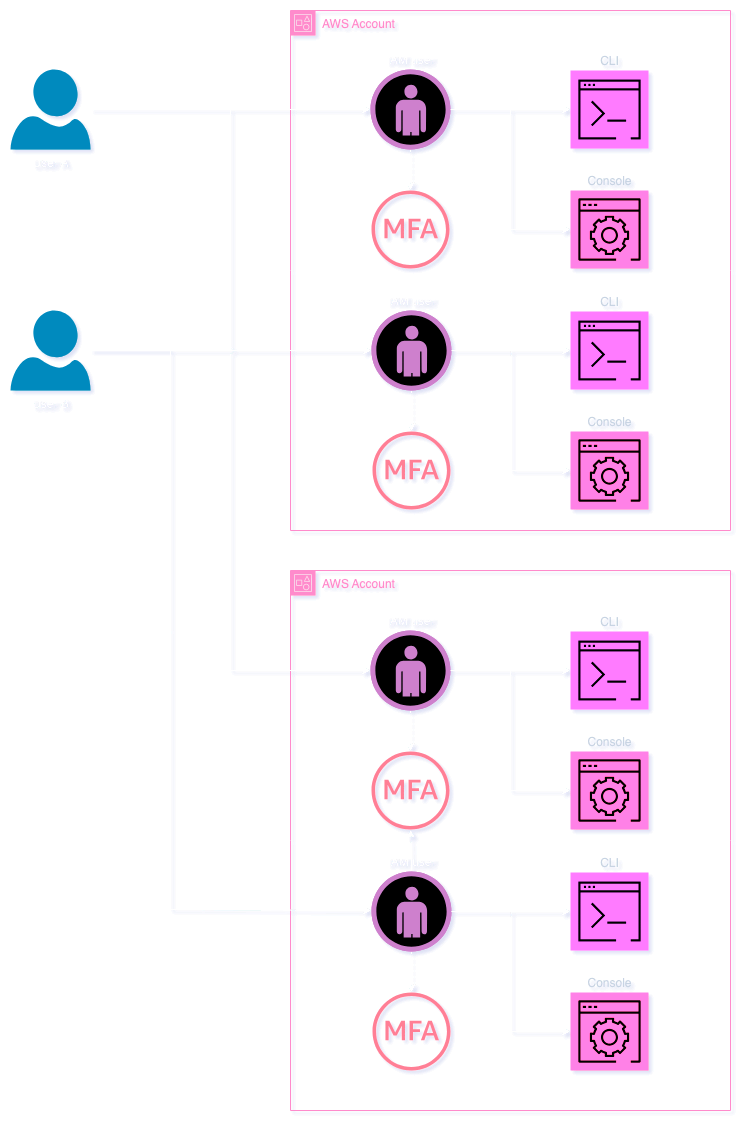
The draw.io diagram img/image9.png in ChristophShyper/presentation-okta-saml-aws, before a commit. Source tidied: cells renumbered, new cells last; positions are measured from the earlier drawing's top-left corner, leaving out a move shared by most shapes.
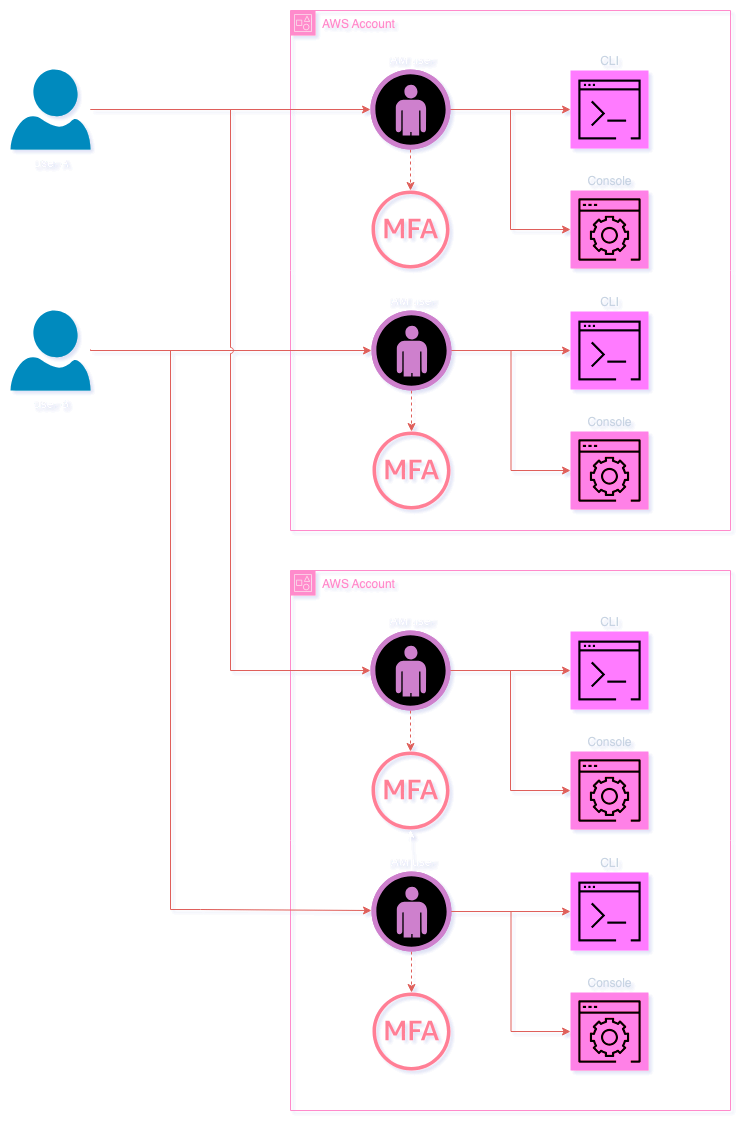
After the change.

Commit message:
Update article and add draw.io XMLs

Change to the diagram source:
```diff
@@ -5,10 +5,10 @@
     <mxCell id="2" value="AWS Account" style="gradientColor=none;html=1;whiteSpace=wrap;fontSize=12;fontStyle=0;shape=mxgraph.aws4.group;grIcon=mxgraph.aws4.group_account;strokeColor=#CD2264;fillColor=none;verticalAlign=top;align=left;spacingLeft=30;fontColor=#CD2264;dashed=0;" parent="1" vertex="1">
       <mxGeometry x="280" width="440" height="520" as="geometry" />
     </mxCell>
-    <mxCell id="3" style="edgeStyle=orthogonalEdgeStyle;rounded=0;jettySize=auto;html=1;dashed=1;" parent="2" edge="1" source="5" target="6">
+    <mxCell id="3" style="edgeStyle=orthogonalEdgeStyle;rounded=0;jettySize=auto;html=1;dashed=1;strokeColor=#EA6B66;" parent="2" edge="1" source="5" target="6">
       <mxGeometry relative="1" as="geometry" />
     </mxCell>
-    <mxCell id="4" style="edgeStyle=orthogonalEdgeStyle;rounded=0;jettySize=auto;html=1;" parent="2" edge="1" source="5" target="7">
+    <mxCell id="4" style="edgeStyle=orthogonalEdgeStyle;rounded=0;jettySize=auto;html=1;strokeColor=#EA6B66;" parent="2" edge="1" source="5" target="7">
       <mxGeometry relative="1" as="geometry" />
     </mxCell>
     <mxCell id="5" value="IAM user" style="verticalLabelPosition=top;sketch=0;html=1;fillColor=#A153A0;strokeColor=#ffffff;verticalAlign=bottom;align=center;points=[[0,0.5,0],[0.125,0.25,0],[0.25,0,0],[0.5,0,0],[0.75,0,0],[0.875,0.25,0],[1,0.5,0],[0.875,0.75,0],[0.75,1,0],[0.5,1,0],[0.125,0.75,0]];shape=mxgraph.cisco_safe.compositeIcon;bgIcon=ellipse;resIcon=mxgraph.cisco_safe.design.user;labelPosition=center;" parent="2" vertex="1">
@@ -23,13 +23,13 @@
     <mxCell id="8" value="Console" style="sketch=0;points=[[0,0,0],[0.25,0,0],[0.5,0,0],[0.75,0,0],[1,0,0],[0,1,0],[0.25,1,0],[0.5,1,0],[0.75,1,0],[1,1,0],[0,0.25,0],[0,0.5,0],[0,0.75,0],[1,0.25,0],[1,0.5,0],[1,0.75,0]];points=[[0,0,0],[0.25,0,0],[0.5,0,0],[0.75,0,0],[1,0,0],[0,1,0],[0.25,1,0],[0.5,1,0],[0.75,1,0],[1,1,0],[0,0.25,0],[0,0.5,0],[0,0.75,0],[1,0.25,0],[1,0.5,0],[1,0.75,0]];outlineConnect=0;fontColor=#232F3E;fillColor=#E7157B;strokeColor=#ffffff;dashed=0;verticalLabelPosition=top;verticalAlign=bottom;align=center;html=1;fontSize=12;fontStyle=0;shape=mxgraph.aws4.resourceIcon;resIcon=mxgraph.aws4.management_console;labelPosition=center;" parent="2" vertex="1">
       <mxGeometry x="280" y="180" width="78" height="78" as="geometry" />
     </mxCell>
-    <mxCell id="9" style="edgeStyle=orthogonalEdgeStyle;rounded=0;jettySize=auto;html=1;entryX=0;entryY=0.5;entryDx=0;entryDy=0;entryPerimeter=0;" parent="2" edge="1" source="5" target="8">
+    <mxCell id="9" style="edgeStyle=orthogonalEdgeStyle;rounded=0;jettySize=auto;html=1;entryX=0;entryY=0.5;entryDx=0;entryDy=0;entryPerimeter=0;strokeColor=#EA6B66;" parent="2" edge="1" source="5" target="8">
       <mxGeometry relative="1" as="geometry" />
     </mxCell>
-    <mxCell id="10" style="edgeStyle=orthogonalEdgeStyle;rounded=0;jettySize=auto;html=1;dashed=1;" parent="2" edge="1" source="12" target="13">
+    <mxCell id="10" style="edgeStyle=orthogonalEdgeStyle;rounded=0;jettySize=auto;html=1;dashed=1;strokeColor=#EA6B66;" parent="2" edge="1" source="12" target="13">
       <mxGeometry relative="1" as="geometry" />
     </mxCell>
-    <mxCell id="11" style="edgeStyle=orthogonalEdgeStyle;rounded=0;jettySize=auto;html=1;" parent="2" edge="1" source="12" target="15">
+    <mxCell id="11" style="edgeStyle=orthogonalEdgeStyle;rounded=0;jettySize=auto;html=1;strokeColor=#EA6B66;" parent="2" edge="1" source="12" target="15">
       <mxGeometry relative="1" as="geometry" />
     </mxCell>
     <mxCell id="12" value="IAM user" style="verticalLabelPosition=top;sketch=0;html=1;fillColor=#A153A0;strokeColor=#ffffff;verticalAlign=bottom;align=center;points=[[0,0.5,0],[0.125,0.25,0],[0.25,0,0],[0.5,0,0],[0.75,0,0],[0.875,0.25,0],[1,0.5,0],[0.875,0.75,0],[0.75,1,0],[0.5,1,0],[0.125,0.75,0]];shape=mxgraph.cisco_safe.compositeIcon;bgIcon=ellipse;resIcon=mxgraph.cisco_safe.design.user;labelPosition=center;" parent="2" vertex="1">
@@ -50,16 +50,16 @@
     <mxCell id="16" value="Console" style="sketch=0;points=[[0,0,0],[0.25,0,0],[0.5,0,0],[0.75,0,0],[1,0,0],[0,1,0],[0.25,1,0],[0.5,1,0],[0.75,1,0],[1,1,0],[0,0.25,0],[0,0.5,0],[0,0.75,0],[1,0.25,0],[1,0.5,0],[1,0.75,0]];points=[[0,0,0],[0.25,0,0],[0.5,0,0],[0.75,0,0],[1,0,0],[0,1,0],[0.25,1,0],[0.5,1,0],[0.75,1,0],[1,1,0],[0,0.25,0],[0,0.5,0],[0,0.75,0],[1,0.25,0],[1,0.5,0],[1,0.75,0]];outlineConnect=0;fontColor=#232F3E;fillColor=#E7157B;strokeColor=#ffffff;dashed=0;verticalLabelPosition=top;verticalAlign=bottom;align=center;html=1;fontSize=12;fontStyle=0;shape=mxgraph.aws4.resourceIcon;resIcon=mxgraph.aws4.management_console;labelPosition=center;" parent="2" vertex="1">
       <mxGeometry x="280" y="421" width="78" height="78" as="geometry" />
     </mxCell>
-    <mxCell id="17" style="edgeStyle=orthogonalEdgeStyle;rounded=0;jettySize=auto;html=1;entryX=0;entryY=0.5;entryDx=0;entryDy=0;entryPerimeter=0;" parent="2" edge="1" source="12" target="16">
+    <mxCell id="17" style="edgeStyle=orthogonalEdgeStyle;rounded=0;jettySize=auto;html=1;entryX=0;entryY=0.5;entryDx=0;entryDy=0;entryPerimeter=0;strokeColor=#EA6B66;" parent="2" edge="1" source="12" target="16">
       <mxGeometry relative="1" as="geometry" />
     </mxCell>
-    <mxCell id="18" style="edgeStyle=orthogonalEdgeStyle;rounded=0;jettySize=auto;html=1;" parent="1" edge="1" source="19" target="5">
+    <mxCell id="18" style="edgeStyle=orthogonalEdgeStyle;rounded=0;jettySize=auto;html=1;strokeColor=#EA6B66;" parent="1" edge="1" source="19" target="5">
       <mxGeometry relative="1" as="geometry" />
     </mxCell>
     <mxCell id="19" value="User A" style="verticalLabelPosition=bottom;html=1;verticalAlign=top;align=center;strokeColor=none;fillColor=#00BEF2;shape=mxgraph.azure.user;" parent="1" vertex="1">
       <mxGeometry y="59" width="80" height="80" as="geometry" />
     </mxCell>
-    <mxCell id="20" style="edgeStyle=orthogonalEdgeStyle;rounded=0;jettySize=auto;html=1;" parent="1" edge="1" source="21" target="12">
+    <mxCell id="20" style="edgeStyle=orthogonalEdgeStyle;rounded=0;jettySize=auto;html=1;strokeColor=#EA6B66;" parent="1" edge="1" source="21" target="12">
       <mxGeometry relative="1" as="geometry" />
     </mxCell>
     <mxCell id="21" value="User B" style="verticalLabelPosition=bottom;html=1;verticalAlign=top;align=center;strokeColor=none;fillColor=#00BEF2;shape=mxgraph.azure.user;" parent="1" vertex="1">
@@ -68,10 +68,10 @@
     <mxCell id="22" value="AWS Account" style="points=[[0,0],[0.25,0],[0.5,0],[0.75,0],[1,0],[1,0.25],[1,0.5],[1,0.75],[1,1],[0.75,1],[0.5,1],[0.25,1],[0,1],[0,0.75],[0,0.5],[0,0.25]];outlineConnect=0;gradientColor=none;html=1;whiteSpace=wrap;fontSize=12;fontStyle=0;shape=mxgraph.aws4.group;grIcon=mxgraph.aws4.group_account;strokeColor=#CD2264;fillColor=none;verticalAlign=top;align=left;spacingLeft=30;fontColor=#CD2264;dashed=0;" parent="1" vertex="1">
       <mxGeometry x="280" y="560" width="440" height="540" as="geometry" />
     </mxCell>
-    <mxCell id="23" style="edgeStyle=orthogonalEdgeStyle;rounded=0;jettySize=auto;html=1;dashed=1;" parent="22" edge="1" source="25" target="26">
+    <mxCell id="23" style="edgeStyle=orthogonalEdgeStyle;rounded=0;jettySize=auto;html=1;dashed=1;strokeColor=#EA6B66;" parent="22" edge="1" source="25" target="26">
       <mxGeometry relative="1" as="geometry" />
     </mxCell>
-    <mxCell id="24" style="edgeStyle=orthogonalEdgeStyle;rounded=0;jettySize=auto;html=1;" parent="22" edge="1" source="25" target="27">
+    <mxCell id="24" style="edgeStyle=orthogonalEdgeStyle;rounded=0;jettySize=auto;html=1;strokeColor=#EA6B66;" parent="22" edge="1" source="25" target="27">
       <mxGeometry relative="1" as="geometry" />
     </mxCell>
     <mxCell id="25" value="IAM user" style="verticalLabelPosition=top;sketch=0;html=1;fillColor=#A153A0;strokeColor=#ffffff;verticalAlign=bottom;align=center;points=[[0,0.5,0],[0.125,0.25,0],[0.25,0,0],[0.5,0,0],[0.75,0,0],[0.875,0.25,0],[1,0.5,0],[0.875,0.75,0],[0.75,1,0],[0.5,1,0],[0.125,0.75,0]];shape=mxgraph.cisco_safe.compositeIcon;bgIcon=ellipse;resIcon=mxgraph.cisco_safe.design.user;labelPosition=center;" parent="22" vertex="1">
@@ -86,10 +86,10 @@
     <mxCell id="28" value="Console" style="sketch=0;points=[[0,0,0],[0.25,0,0],[0.5,0,0],[0.75,0,0],[1,0,0],[0,1,0],[0.25,1,0],[0.5,1,0],[0.75,1,0],[1,1,0],[0,0.25,0],[0,0.5,0],[0,0.75,0],[1,0.25,0],[1,0.5,0],[1,0.75,0]];points=[[0,0,0],[0.25,0,0],[0.5,0,0],[0.75,0,0],[1,0,0],[0,1,0],[0.25,1,0],[0.5,1,0],[0.75,1,0],[1,1,0],[0,0.25,0],[0,0.5,0],[0,0.75,0],[1,0.25,0],[1,0.5,0],[1,0.75,0]];outlineConnect=0;fontColor=#232F3E;fillColor=#E7157B;strokeColor=#ffffff;dashed=0;verticalLabelPosition=top;verticalAlign=bottom;align=center;html=1;fontSize=12;fontStyle=0;shape=mxgraph.aws4.resourceIcon;resIcon=mxgraph.aws4.management_console;labelPosition=center;" parent="22" vertex="1">
       <mxGeometry x="280" y="181" width="78" height="78" as="geometry" />
     </mxCell>
-    <mxCell id="29" style="edgeStyle=orthogonalEdgeStyle;rounded=0;jettySize=auto;html=1;entryX=0;entryY=0.5;entryDx=0;entryDy=0;entryPerimeter=0;" parent="22" edge="1" source="25" target="28">
+    <mxCell id="29" style="edgeStyle=orthogonalEdgeStyle;rounded=0;jettySize=auto;html=1;entryX=0;entryY=0.5;entryDx=0;entryDy=0;entryPerimeter=0;strokeColor=#EA6B66;" parent="22" edge="1" source="25" target="28">
       <mxGeometry relative="1" as="geometry" />
     </mxCell>
-    <mxCell id="30" style="edgeStyle=orthogonalEdgeStyle;rounded=0;jettySize=auto;html=1;dashed=1;" parent="22" edge="1" source="32" target="33">
+    <mxCell id="30" style="edgeStyle=orthogonalEdgeStyle;rounded=0;jettySize=auto;html=1;dashed=1;strokeColor=#EA6B66;" parent="22" edge="1" source="32" target="33">
       <mxGeometry relative="1" as="geometry" />
     </mxCell>
     <mxCell id="31" style="edgeStyle=orthogonalEdgeStyle;rounded=0;jettySize=auto;html=1;" parent="22" edge="1" source="32" target="26">
@@ -107,27 +107,27 @@
     <mxCell id="35" value="Console" style="sketch=0;points=[[0,0,0],[0.25,0,0],[0.5,0,0],[0.75,0,0],[1,0,0],[0,1,0],[0.25,1,0],[0.5,1,0],[0.75,1,0],[1,1,0],[0,0.25,0],[0,0.5,0],[0,0.75,0],[1,0.25,0],[1,0.5,0],[1,0.75,0]];points=[[0,0,0],[0.25,0,0],[0.5,0,0],[0.75,0,0],[1,0,0],[0,1,0],[0.25,1,0],[0.5,1,0],[0.75,1,0],[1,1,0],[0,0.25,0],[0,0.5,0],[0,0.75,0],[1,0.25,0],[1,0.5,0],[1,0.75,0]];outlineConnect=0;fontColor=#232F3E;fillColor=#E7157B;strokeColor=#ffffff;dashed=0;verticalLabelPosition=top;verticalAlign=bottom;align=center;html=1;fontSize=12;fontStyle=0;shape=mxgraph.aws4.resourceIcon;resIcon=mxgraph.aws4.management_console;labelPosition=center;" parent="22" vertex="1">
       <mxGeometry x="280" y="422" width="78" height="78" as="geometry" />
     </mxCell>
-    <mxCell id="36" style="edgeStyle=orthogonalEdgeStyle;rounded=0;jettySize=auto;html=1;entryX=0;entryY=0.5;entryDx=0;entryDy=0;entryPerimeter=0;" parent="22" edge="1" source="32" target="34">
+    <mxCell id="36" style="edgeStyle=orthogonalEdgeStyle;rounded=0;jettySize=auto;html=1;entryX=0;entryY=0.5;entryDx=0;entryDy=0;entryPerimeter=0;strokeColor=#EA6B66;" parent="22" edge="1" source="32" target="34">
       <mxGeometry relative="1" as="geometry" />
     </mxCell>
-    <mxCell id="37" style="edgeStyle=orthogonalEdgeStyle;rounded=0;jettySize=auto;html=1;entryX=0;entryY=0.5;entryDx=0;entryDy=0;entryPerimeter=0;" parent="22" edge="1" source="32" target="35">
+    <mxCell id="37" style="edgeStyle=orthogonalEdgeStyle;rounded=0;jettySize=auto;html=1;entryX=0;entryY=0.5;entryDx=0;entryDy=0;entryPerimeter=0;strokeColor=#EA6B66;" parent="22" edge="1" source="32" target="35">
       <mxGeometry relative="1" as="geometry" />
     </mxCell>
     <mxCell id="38" style="edgeStyle=orthogonalEdgeStyle;rounded=0;orthogonalLoop=1;jettySize=auto;html=1;exitX=0.5;exitY=1;exitDx=0;exitDy=0;" parent="1" edge="1" source="22" target="22">
       <mxGeometry relative="1" as="geometry" />
     </mxCell>
-    <mxCell id="39" style="edgeStyle=orthogonalEdgeStyle;rounded=0;jettySize=auto;html=1;entryX=0;entryY=0.5;entryDx=0;entryDy=0;entryPerimeter=0;jumpStyle=arc;" parent="1" edge="1" source="19" target="25">
+    <mxCell id="39" style="edgeStyle=orthogonalEdgeStyle;rounded=0;jettySize=auto;html=1;entryX=0;entryY=0.5;entryDx=0;entryDy=0;entryPerimeter=0;jumpStyle=arc;strokeColor=#EA6B66;" parent="1" edge="1" source="19" target="25">
       <mxGeometry relative="1" as="geometry" />
     </mxCell>
-    <mxCell id="40" style="edgeStyle=orthogonalEdgeStyle;rounded=0;orthogonalLoop=1;jettySize=auto;html=1;entryX=0;entryY=0.5;entryDx=0;entryDy=0;entryPerimeter=0;" parent="1" edge="1">
+    <mxCell id="40" style="edgeStyle=orthogonalEdgeStyle;rounded=0;orthogonalLoop=1;jettySize=auto;html=1;entryX=0;entryY=0.5;entryDx=0;entryDy=0;entryPerimeter=0;shadow=0;strokeColor=#EA6B66;" parent="1" edge="1">
       <mxGeometry relative="1" as="geometry">
         <mxPoint x="80" y="339" as="sourcePoint" />
         <mxPoint x="361" y="900" as="targetPoint" />
         <Array as="points">
-          <mxPoint x="160" y="339" />
+          <mxPoint x="80" y="340" />
+          <mxPoint x="160" y="340" />
           <mxPoint x="160" y="899" />
           <mxPoint x="190" y="899" />
-          <mxPoint x="190" y="900" />
         </Array>
       </mxGeometry>
     </mxCell>
```
